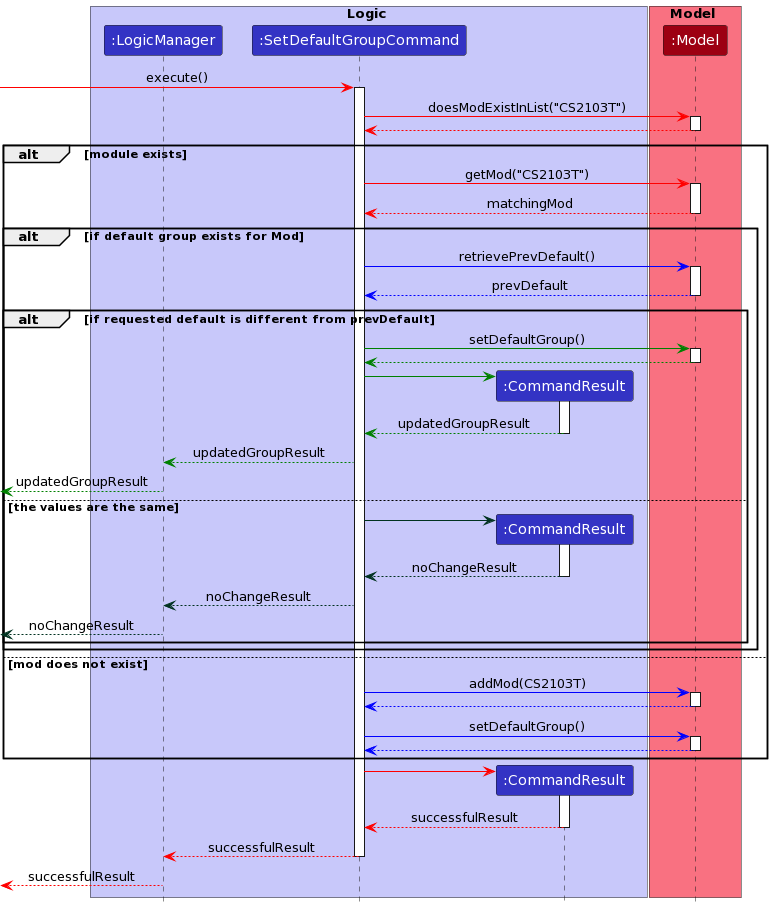
This is docs/images/SetDefaultSequenceDiagram.png from s7manth/tp, a PlantUML export, as it was before one commit.
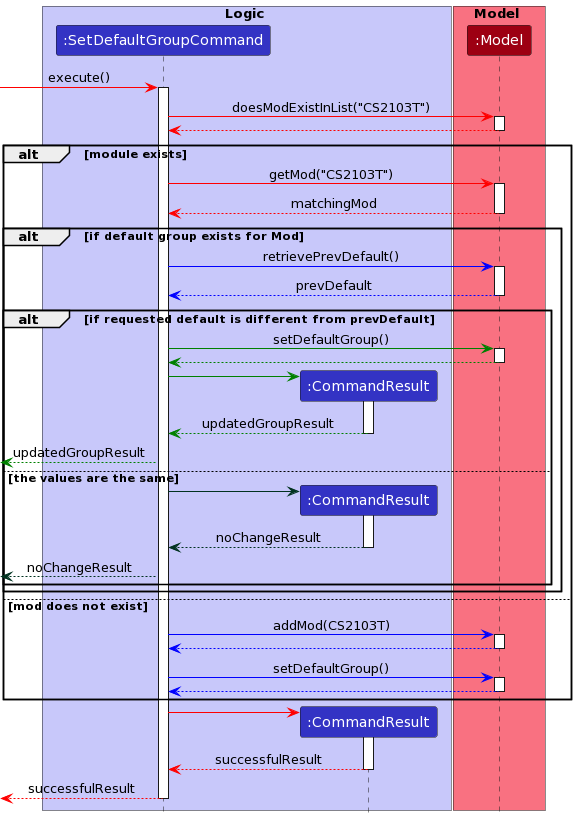
After the commit.

Commit message:
remove LogicManager from SetDefaultGroupCommand diagram

What changed in the source:
```diff
@@ -66,7 +66,6 @@
 
 
 box Logic LOGIC_COLOR_T1
-participant ":LogicManager" as LogicManager LOGIC_COLOR
 participant ":SetDefaultGroupCommand" as SetDefaultGroupCommand LOGIC_COLOR
 participant ":CommandResult" as CommandResult LOGIC_COLOR
 end box
@@ -113,9 +112,7 @@
             CommandResult --[#green]> SetDefaultGroupCommand :updatedGroupResult
             deactivate CommandResult
 
-            SetDefaultGroupCommand --[#green]> LogicManager : updatedGroupResult
-
-            [<[#green]--LogicManager :updatedGroupResult
+            [<[#green]--SetDefaultGroupCommand :updatedGroupResult
 
         else the values are the same
 
@@ -126,9 +123,7 @@
             CommandResult --[#013220]> SetDefaultGroupCommand :noChangeResult
             deactivate CommandResult
 
-            SetDefaultGroupCommand --[#013220]> LogicManager : noChangeResult
-
-            [<[#013220]--LogicManager : noChangeResult
+            [<[#013220]--SetDefaultGroupCommand : noChangeResult
         end
     end
 
@@ -153,9 +148,7 @@
 CommandResult --> SetDefaultGroupCommand : successfulResult
 deactivate CommandResult
 
-SetDefaultGroupCommand --> LogicManager : successfulResult
+
+[<--SetDefaultGroupCommand : successfulResult
 deactivate SetDefaultGroupCommand
-
-[<--LogicManager : successfulResult
-deactivate LogicManager
 @enduml
```
